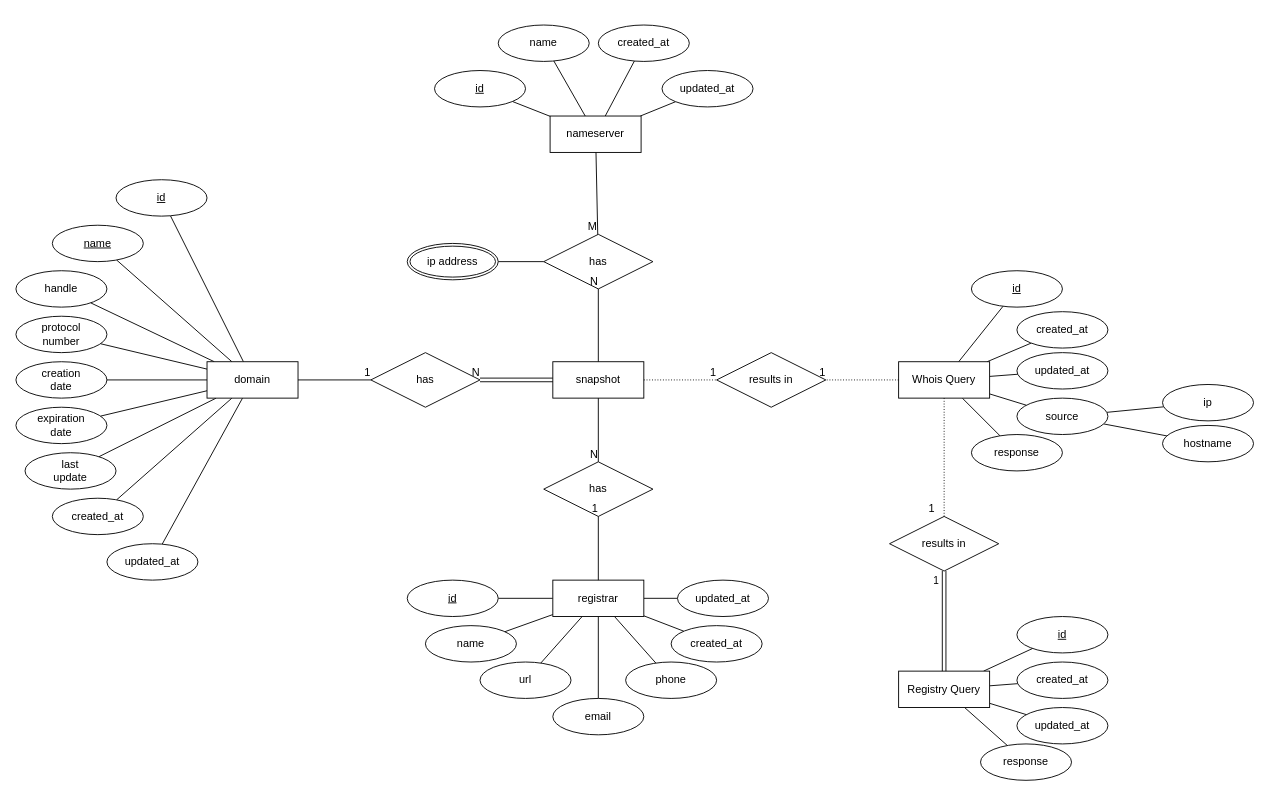
The draw.io diagram model.drawio in aik8/whois-api, before the edit. Source tidied: cells renumbered, new cells numbered last; positions are measured from the earlier drawing's top-left corner, leaving out a move shared by most shapes. Both pictures are drawn from the tidied source at 91%, with x=0, y=0 at pixel (15, 25).
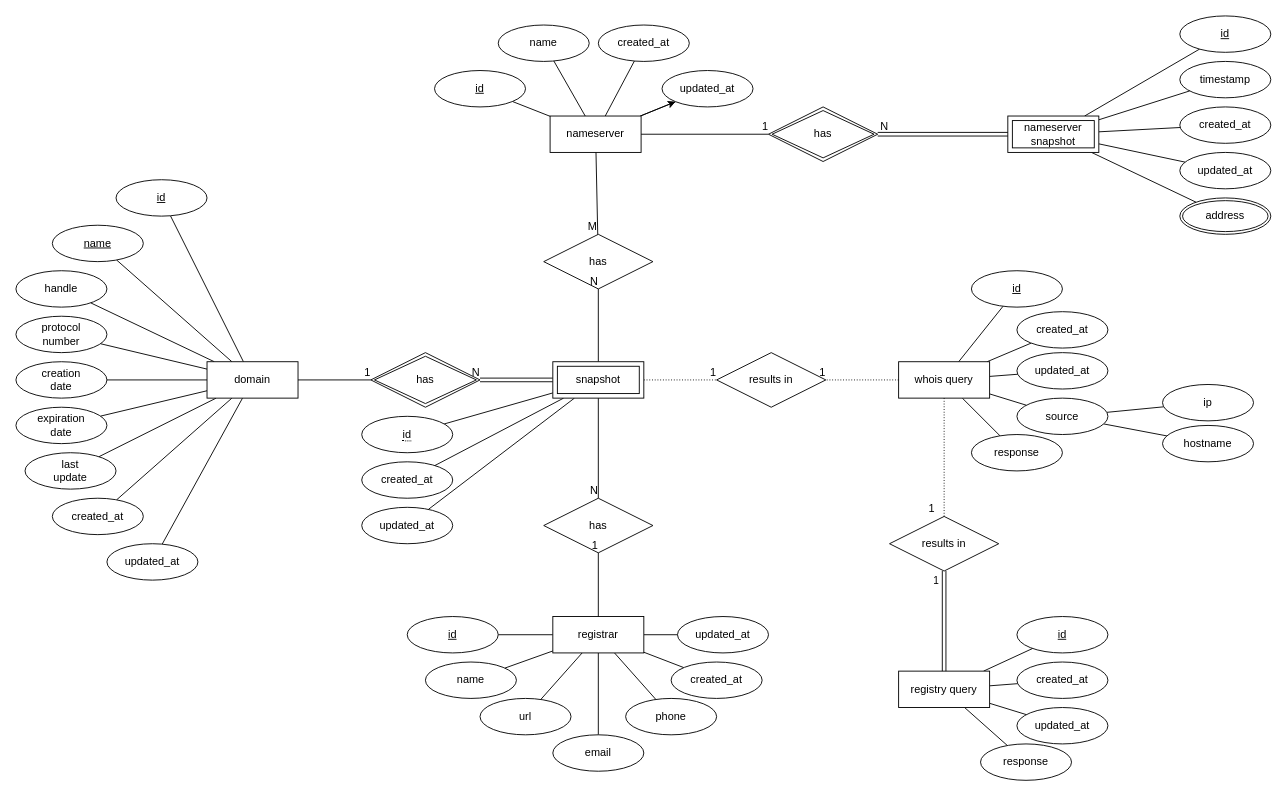
After the change.

Commit message:
feat(model): add nameserver snapshots

Unchanged cells that the change refers to:
```xml
<mxCell id="11" value="domain" style="whiteSpace=wrap;html=1;align=center;" parent="1" vertex="1">
  <mxGeometry x="210" y="370" width="100" height="40" as="geometry" />
</mxCell>
<mxCell id="24" value="nameserver" style="whiteSpace=wrap;html=1;align=center;" parent="1" vertex="1">
  <mxGeometry x="587" y="100" width="100" height="40" as="geometry" />
</mxCell>
<mxCell id="47" value="updated_at" style="ellipse;whiteSpace=wrap;html=1;align=center;" parent="1" vertex="1">
  <mxGeometry x="710" y="50" width="100" height="40" as="geometry" />
</mxCell>
<mxCell id="48" value="has" style="shape=rhombus;perimeter=rhombusPerimeter;whiteSpace=wrap;html=1;align=center;" parent="1" vertex="1">
  <mxGeometry x="580" y="230" width="120" height="60" as="geometry" />
</mxCell>
<mxCell id="80" value="results in" style="shape=rhombus;perimeter=rhombusPerimeter;whiteSpace=wrap;html=1;align=center;" parent="1" vertex="1">
  <mxGeometry x="770" y="360" width="120" height="60" as="geometry" />
</mxCell>
```

The edit, as a diff of the source:
```diff
@@
     <mxCell id="19" value="registrar" style="whiteSpace=wrap;html=1;align=center;" parent="1" vertex="1">
-      <mxGeometry x="590" y="610" width="100" height="40" as="geometry" />
+      <mxGeometry x="590" y="650" width="100" height="40" as="geometry" />
     </mxCell>
@@
+    <mxCell id="97" style="edgeStyle=none;html=1;" parent="1" edge="1" source="24" target="47">
+      <mxGeometry relative="1" as="geometry" />
+    </mxCell>
@@
-    <mxCell id="34" value="snapshot" style="whiteSpace=wrap;html=1;align=center;" parent="1" vertex="1">
-      <mxGeometry x="590" y="370" width="100" height="40" as="geometry" />
-    </mxCell>
-    <mxCell id="35" value="has" style="shape=rhombus;perimeter=rhombusPerimeter;whiteSpace=wrap;html=1;align=center;" parent="1" vertex="1">
-      <mxGeometry x="390" y="360" width="120" height="60" as="geometry" />
-    </mxCell>
     <mxCell id="36" value="has" style="shape=rhombus;perimeter=rhombusPerimeter;whiteSpace=wrap;html=1;align=center;" parent="1" vertex="1">
-      <mxGeometry x="580" y="480" width="120" height="60" as="geometry" />
+      <mxGeometry x="580" y="520" width="120" height="60" as="geometry" />
     </mxCell>
     <mxCell id="37" value="id" style="ellipse;whiteSpace=wrap;html=1;align=center;fontStyle=4;" parent="1" vertex="1">
-      <mxGeometry x="430" y="610" width="100" height="40" as="geometry" />
+      <mxGeometry x="430" y="650" width="100" height="40" as="geometry" />
     </mxCell>
     <mxCell id="38" value="name" style="ellipse;whiteSpace=wrap;html=1;align=center;" parent="1" vertex="1">
-      <mxGeometry x="450" y="660" width="100" height="40" as="geometry" />
+      <mxGeometry x="450" y="700" width="100" height="40" as="geometry" />
     </mxCell>
     <mxCell id="39" value="url" style="ellipse;whiteSpace=wrap;html=1;align=center;" parent="1" vertex="1">
-      <mxGeometry x="510" y="700" width="100" height="40" as="geometry" />
+      <mxGeometry x="510" y="740" width="100" height="40" as="geometry" />
     </mxCell>
     <mxCell id="40" value="email" style="ellipse;whiteSpace=wrap;html=1;align=center;" parent="1" vertex="1">
-      <mxGeometry x="590" y="740" width="100" height="40" as="geometry" />
+      <mxGeometry x="590" y="780" width="100" height="40" as="geometry" />
     </mxCell>
     <mxCell id="41" value="phone" style="ellipse;whiteSpace=wrap;html=1;align=center;" parent="1" vertex="1">
-      <mxGeometry x="670" y="700" width="100" height="40" as="geometry" />
+      <mxGeometry x="670" y="740" width="100" height="40" as="geometry" />
     </mxCell>
     <mxCell id="42" value="created_at" style="ellipse;whiteSpace=wrap;html=1;align=center;" parent="1" vertex="1">
-      <mxGeometry x="720" y="660" width="100" height="40" as="geometry" />
+      <mxGeometry x="720" y="700" width="100" height="40" as="geometry" />
     </mxCell>
     <mxCell id="43" value="updated_at" style="ellipse;whiteSpace=wrap;html=1;align=center;" parent="1" vertex="1">
-      <mxGeometry x="727" y="610" width="100" height="40" as="geometry" />
+      <mxGeometry x="727" y="650" width="100" height="40" as="geometry" />
     </mxCell>
@@
-    <mxCell id="49" style="edgeStyle=none;rounded=0;jettySize=auto;html=1;endArrow=none;endFill=0;" parent="1" edge="1" source="50" target="48">
-      <mxGeometry relative="1" as="geometry" />
-    </mxCell>
-    <mxCell id="50" value="ip address" style="ellipse;shape=doubleEllipse;margin=3;whiteSpace=wrap;html=1;align=center;" parent="1" vertex="1">
-      <mxGeometry x="430" y="240" width="100" height="40" as="geometry" />
-    </mxCell>
-    <mxCell id="51" style="shape=link;html=1;rounded=0;" parent="1" edge="1" source="34" target="35">
-      <mxGeometry relative="1" as="geometry" />
+    <mxCell id="51" style="shape=link;html=1;rounded=0;" parent="1" edge="1">
+      <mxGeometry relative="1" as="geometry">
+        <mxPoint x="590" y="390" as="sourcePoint" />
+        <mxPoint x="510" y="390" as="targetPoint" />
+      </mxGeometry>
     </mxCell>
@@
-    <mxCell id="53" style="endArrow=none;html=1;rounded=0;" parent="1" edge="1" source="11" target="35">
-      <mxGeometry relative="1" as="geometry" />
+    <mxCell id="53" style="endArrow=none;html=1;rounded=0;" parent="1" edge="1" source="11">
+      <mxGeometry relative="1" as="geometry">
+        <mxPoint x="390" y="390" as="targetPoint" />
+      </mxGeometry>
     </mxCell>
@@
-    <mxCell id="55" style="endArrow=none;html=1;rounded=0;" parent="1" edge="1" source="34" target="36">
-      <mxGeometry relative="1" as="geometry" />
+    <mxCell id="55" style="endArrow=none;html=1;rounded=0;" parent="1" edge="1" target="36">
+      <mxGeometry relative="1" as="geometry">
+        <mxPoint x="640" y="410" as="sourcePoint" />
+      </mxGeometry>
     </mxCell>
@@
-    <mxCell id="59" style="endArrow=none;html=1;rounded=0;" parent="1" edge="1" source="34" target="48">
-      <mxGeometry relative="1" as="geometry" />
+    <mxCell id="59" style="endArrow=none;html=1;rounded=0;" parent="1" edge="1" target="48">
+      <mxGeometry relative="1" as="geometry">
+        <mxPoint x="640" y="370" as="sourcePoint" />
+      </mxGeometry>
     </mxCell>
@@
-    <mxCell id="67" value="Registry Query" style="whiteSpace=wrap;html=1;align=center;" parent="1" vertex="1">
+    <mxCell id="67" value="registry query" style="whiteSpace=wrap;html=1;align=center;" parent="1" vertex="1">
       <mxGeometry x="970" y="710" width="100" height="40" as="geometry" />
     </mxCell>
@@
-    <mxCell id="73" value="Whois Query" style="whiteSpace=wrap;html=1;align=center;" parent="1" vertex="1">
+    <mxCell id="73" value="whois query" style="whiteSpace=wrap;html=1;align=center;" parent="1" vertex="1">
       <mxGeometry x="970" y="370" width="100" height="40" as="geometry" />
     </mxCell>
@@
-    <mxCell id="88" style="endArrow=none;html=1;rounded=0;dashed=1;dashPattern=1 2;" parent="1" edge="1" source="34" target="80">
-      <mxGeometry relative="1" as="geometry" />
+    <mxCell id="88" style="endArrow=none;html=1;rounded=0;dashed=1;dashPattern=1 2;" parent="1" edge="1" target="80">
+      <mxGeometry relative="1" as="geometry">
+        <mxPoint x="690" y="390" as="sourcePoint" />
+      </mxGeometry>
     </mxCell>
@@
+    <mxCell id="98" style="edgeStyle=none;html=1;endArrow=none;endFill=0;" parent="1" edge="1" source="116" target="112">
+      <mxGeometry relative="1" as="geometry" />
+    </mxCell>
+    <mxCell id="99" style="edgeStyle=none;html=1;endArrow=none;endFill=0;" parent="1" edge="1" source="116" target="111">
+      <mxGeometry relative="1" as="geometry" />
+    </mxCell>
+    <mxCell id="100" style="edgeStyle=none;html=1;endArrow=none;endFill=0;" parent="1" edge="1" source="116" target="113">
+      <mxGeometry relative="1" as="geometry" />
+    </mxCell>
+    <mxCell id="101" style="edgeStyle=none;html=1;endArrow=none;endFill=0;" parent="1" edge="1" source="116" target="110">
+      <mxGeometry relative="1" as="geometry" />
+    </mxCell>
+    <mxCell id="102" value="timestamp" style="ellipse;whiteSpace=wrap;html=1;align=center;" parent="1" vertex="1">
+      <mxGeometry x="1279" y="40" width="100" height="40" as="geometry" />
+    </mxCell>
+    <mxCell id="103" style="edgeStyle=none;html=1;endArrow=none;endFill=0;" parent="1" edge="1" source="34" target="107">
+      <mxGeometry relative="1" as="geometry" />
+    </mxCell>
+    <mxCell id="104" style="edgeStyle=none;html=1;endArrow=none;endFill=0;" parent="1" edge="1" source="34" target="108">
+      <mxGeometry relative="1" as="geometry" />
+    </mxCell>
+    <mxCell id="105" style="edgeStyle=none;html=1;endArrow=none;endFill=0;" parent="1" edge="1" source="34" target="109">
+      <mxGeometry relative="1" as="geometry" />
+    </mxCell>
+    <mxCell id="34" value="snapshot" style="shape=ext;margin=3;double=1;whiteSpace=wrap;html=1;align=center;" parent="1" vertex="1">
+      <mxGeometry x="590" y="370" width="100" height="40" as="geometry" />
+    </mxCell>
+    <mxCell id="106" value="has" style="shape=rhombus;double=1;perimeter=rhombusPerimeter;whiteSpace=wrap;html=1;align=center;" parent="1" vertex="1">
+      <mxGeometry x="390" y="360" width="120" height="60" as="geometry" />
+    </mxCell>
+    <mxCell id="107" value="created_at" style="ellipse;whiteSpace=wrap;html=1;align=center;" parent="1" vertex="1">
+      <mxGeometry x="380" y="480" width="100" height="40" as="geometry" />
+    </mxCell>
+    <mxCell id="108" value="updated_at" style="ellipse;whiteSpace=wrap;html=1;align=center;" parent="1" vertex="1">
+      <mxGeometry x="380" y="530" width="100" height="40" as="geometry" />
+    </mxCell>
+    <mxCell id="109" value="&lt;span style=&quot;border-bottom: 1px dotted&quot;&gt;id&lt;/span&gt;" style="ellipse;whiteSpace=wrap;html=1;align=center;" parent="1" vertex="1">
+      <mxGeometry x="380" y="430" width="100" height="40" as="geometry" />
+    </mxCell>
+    <mxCell id="110" value="address" style="ellipse;shape=doubleEllipse;margin=3;whiteSpace=wrap;html=1;align=center;" parent="1" vertex="1">
+      <mxGeometry x="1279" y="190" width="100" height="40" as="geometry" />
+    </mxCell>
+    <mxCell id="111" value="created_at" style="ellipse;whiteSpace=wrap;html=1;align=center;" parent="1" vertex="1">
+      <mxGeometry x="1279" y="90" width="100" height="40" as="geometry" />
+    </mxCell>
+    <mxCell id="112" value="id" style="ellipse;whiteSpace=wrap;html=1;align=center;fontStyle=4;" parent="1" vertex="1">
+      <mxGeometry x="1279" y="-10" width="100" height="40" as="geometry" />
+    </mxCell>
+    <mxCell id="113" value="updated_at" style="ellipse;whiteSpace=wrap;html=1;align=center;" parent="1" vertex="1">
+      <mxGeometry x="1279" y="140" width="100" height="40" as="geometry" />
+    </mxCell>
+    <mxCell id="114" value="has" style="shape=rhombus;double=1;perimeter=rhombusPerimeter;whiteSpace=wrap;html=1;align=center;" parent="1" vertex="1">
+      <mxGeometry x="827" y="90" width="120" height="60" as="geometry" />
+    </mxCell>
+    <mxCell id="115" style="edgeStyle=none;html=1;endArrow=none;endFill=0;" parent="1" edge="1" source="116" target="102">
+      <mxGeometry relative="1" as="geometry" />
+    </mxCell>
+    <mxCell id="116" value="nameserver snapshot" style="shape=ext;margin=3;double=1;whiteSpace=wrap;html=1;align=center;" parent="1" vertex="1">
+      <mxGeometry x="1090" y="100" width="100" height="40" as="geometry" />
+    </mxCell>
+    <mxCell id="117" style="endArrow=none;html=1;rounded=0;" parent="1" edge="1" source="24" target="114">
+      <mxGeometry relative="1" as="geometry" />
+    </mxCell>
+    <mxCell id="118" value="1" style="html=1;align=right;verticalAlign=bottom;" parent="117" vertex="1">
+      <mxGeometry x="1" relative="1" as="geometry" />
+    </mxCell>
+    <mxCell id="119" style="shape=link;html=1;rounded=0;endArrow=none;endFill=0;" parent="1" edge="1" source="114" target="116">
+      <mxGeometry relative="1" as="geometry" />
+    </mxCell>
+    <mxCell id="120" value="N" style="html=1;align=right;verticalAlign=bottom;" parent="119" vertex="1">
+      <mxGeometry x="1" relative="1" as="geometry">
+        <mxPoint x="-131" as="offset" />
+      </mxGeometry>
+    </mxCell>
```
